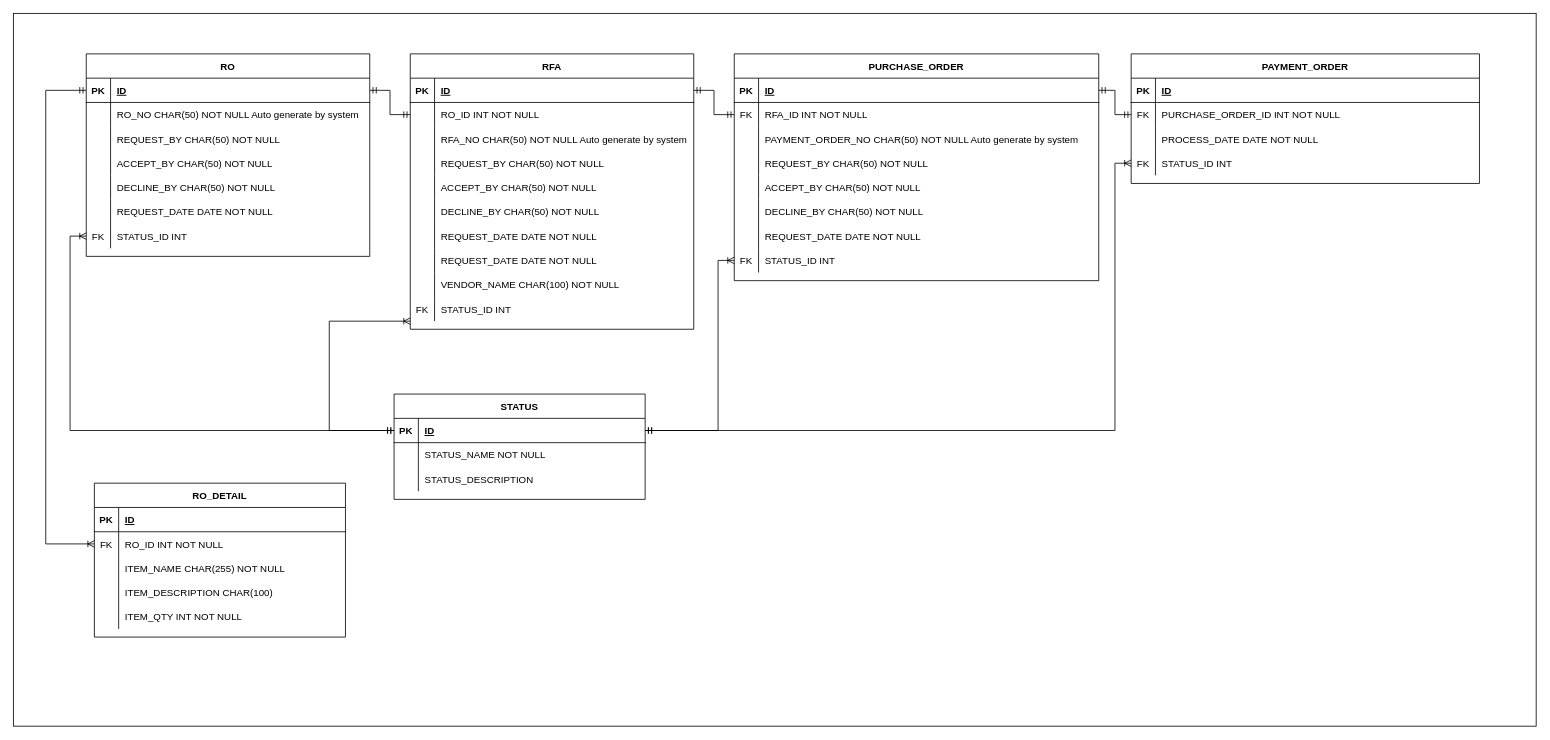
Above: Glovis-DB-Design.drawio in johanjah/rfa-db-design (draw.io), before the change. Source tidied: cells renumbered, new cells numbered last; positions are measured from the earlier drawing's top-left corner, leaving out a move shared by most shapes. Both pictures are drawn from the tidied source at 81%, with x=0, y=0 at pixel (13, 13).
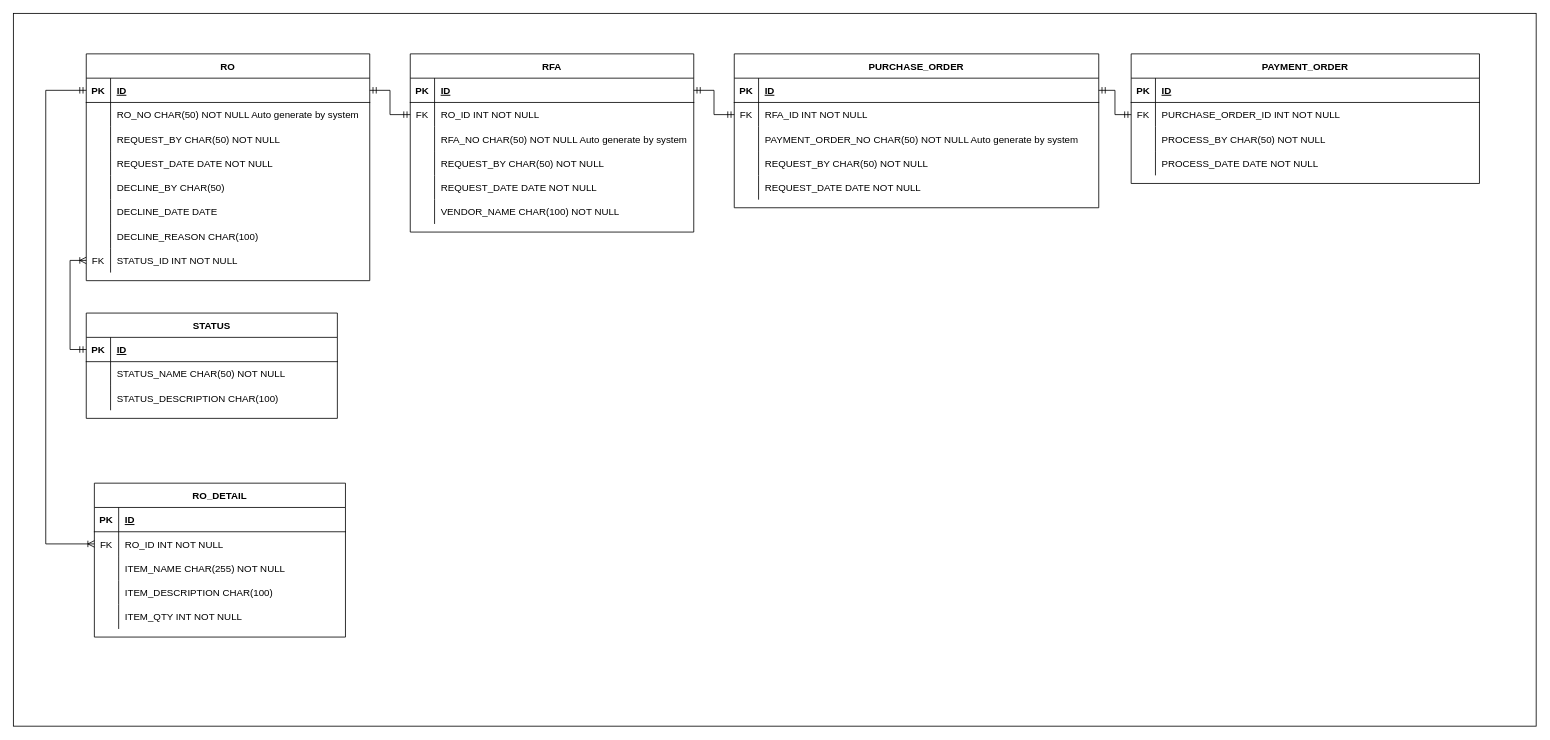
The same diagram, later.

Unchanged cells that the change refers to:
```xml
<mxCell id="16" style="shape=tableRow;horizontal=0;startSize=0;swimlaneHead=0;swimlaneBody=0;fillColor=none;top=0;left=0;right=0;bottom=0;" parent="3" vertex="1">
  <mxGeometry y="150" width="350" height="30" as="geometry" />
</mxCell>
<mxCell id="69" value="PAYMENT_ORDER" style="shape=table;startSize=30;childLayout=tableLayout;rowLines=0;fontStyle=1;align=center;" parent="1" vertex="1">
  <mxGeometry x="1380" y="50" width="430" height="160" as="geometry" />
</mxCell>
<mxCell id="87" style="shape=tableRow;horizontal=0;startSize=0;swimlaneHead=0;swimlaneBody=0;fillColor=none;points=[[0,0.5],[1,0.5]];portConstraint=eastwest;top=0;left=0;right=0;bottom=0;" parent="83" vertex="1">
  <mxGeometry y="60" width="350" height="30" as="geometry" />
</mxCell>
<mxCell id="115" style="shape=tableRow;horizontal=0;startSize=0;swimlaneHead=0;swimlaneBody=0;fillColor=none;points=[[0,0.5],[1,0.5]];portConstraint=eastwest;top=0;left=0;right=0;bottom=1;" parent="114" vertex="1">
  <mxGeometry y="30" width="310" height="30" as="geometry" />
</mxCell>
<mxCell id="118" style="shape=tableRow;horizontal=0;startSize=0;swimlaneHead=0;swimlaneBody=0;fillColor=none;top=0;left=0;right=0;bottom=0;" parent="114" vertex="1">
  <mxGeometry y="60" width="310" height="30" as="geometry" />
</mxCell>
<mxCell id="121" style="shape=tableRow;horizontal=0;startSize=0;swimlaneHead=0;swimlaneBody=0;fillColor=none;top=0;left=0;right=0;bottom=0;" parent="114" vertex="1">
  <mxGeometry y="90" width="310" height="30" as="geometry" />
</mxCell>
```

Diff of the diagram source:
```diff
@@
     <mxCell id="3" value="RO" style="shape=table;startSize=30;childLayout=tableLayout;rowLines=0;fontStyle=1;align=center;" parent="1" vertex="1">
-      <mxGeometry x="90" y="50" width="350" height="250" as="geometry" />
+      <mxGeometry x="90" y="50" width="350" height="280" as="geometry" />
     </mxCell>
@@
-    <mxCell id="13" style="shape=tableRow;horizontal=0;startSize=0;swimlaneHead=0;swimlaneBody=0;fillColor=none;top=0;left=0;right=0;bottom=0;" parent="3" vertex="1">
-      <mxGeometry y="120" width="350" height="30" as="geometry" />
-    </mxCell>
-    <mxCell id="14" style="shape=partialRectangle;fillColor=none;top=0;left=0;bottom=0;right=0;overflow=hidden;" parent="13" vertex="1">
-      <mxGeometry width="30" height="30" as="geometry" />
-    </mxCell>
-    <mxCell id="15" value="ACCEPT_BY CHAR(50) NOT NULL" style="shape=partialRectangle;fillColor=none;top=0;left=0;bottom=0;right=0;align=left;spacingLeft=6;overflow=hidden;" parent="13" vertex="1">
-      <mxGeometry x="30" width="320" height="30" as="geometry" />
-    </mxCell>
+    <mxCell id="19" style="shape=tableRow;horizontal=0;startSize=0;swimlaneHead=0;swimlaneBody=0;fillColor=none;top=0;left=0;right=0;bottom=0;" parent="3" vertex="1">
+      <mxGeometry y="120" width="350" height="30" as="geometry" />
+    </mxCell>
+    <mxCell id="20" style="shape=partialRectangle;fillColor=none;top=0;left=0;bottom=0;right=0;overflow=hidden;" parent="19" vertex="1">
+      <mxGeometry width="30" height="30" as="geometry" />
+    </mxCell>
+    <mxCell id="21" value="REQUEST_DATE DATE NOT NULL" style="shape=partialRectangle;fillColor=none;top=0;left=0;bottom=0;right=0;align=left;spacingLeft=6;overflow=hidden;" parent="19" vertex="1">
+      <mxGeometry x="30" width="320" height="30" as="geometry" />
+    </mxCell>
@@
-    <mxCell id="18" value="DECLINE_BY CHAR(50) NOT NULL" style="shape=partialRectangle;fillColor=none;top=0;left=0;bottom=0;right=0;align=left;spacingLeft=6;overflow=hidden;" parent="16" vertex="1">
+    <mxCell id="18" value="DECLINE_BY CHAR(50) " style="shape=partialRectangle;fillColor=none;top=0;left=0;bottom=0;right=0;align=left;spacingLeft=6;overflow=hidden;" parent="16" vertex="1">
       <mxGeometry x="30" width="320" height="30" as="geometry" />
     </mxCell>
-    <mxCell id="19" style="shape=tableRow;horizontal=0;startSize=0;swimlaneHead=0;swimlaneBody=0;fillColor=none;top=0;left=0;right=0;bottom=0;" parent="3" vertex="1">
-      <mxGeometry y="180" width="350" height="30" as="geometry" />
-    </mxCell>
-    <mxCell id="20" style="shape=partialRectangle;fillColor=none;top=0;left=0;bottom=0;right=0;overflow=hidden;" parent="19" vertex="1">
-      <mxGeometry width="30" height="30" as="geometry" />
-    </mxCell>
-    <mxCell id="21" value="REQUEST_DATE DATE NOT NULL" style="shape=partialRectangle;fillColor=none;top=0;left=0;bottom=0;right=0;align=left;spacingLeft=6;overflow=hidden;" parent="19" vertex="1">
-      <mxGeometry x="30" width="320" height="30" as="geometry" />
-    </mxCell>
+    <mxCell id="99" style="shape=tableRow;horizontal=0;startSize=0;swimlaneHead=0;swimlaneBody=0;fillColor=none;top=0;left=0;right=0;bottom=0;" parent="3" vertex="1">
+      <mxGeometry y="180" width="350" height="30" as="geometry" />
+    </mxCell>
+    <mxCell id="128" style="shape=partialRectangle;fillColor=none;top=0;left=0;bottom=0;right=0;overflow=hidden;" parent="99" vertex="1">
+      <mxGeometry width="30" height="30" as="geometry" />
+    </mxCell>
+    <mxCell id="129" value="DECLINE_DATE DATE" style="shape=partialRectangle;fillColor=none;top=0;left=0;bottom=0;right=0;align=left;spacingLeft=6;overflow=hidden;" parent="99" vertex="1">
+      <mxGeometry x="30" width="320" height="30" as="geometry" />
+    </mxCell>
+    <mxCell id="130" style="shape=tableRow;horizontal=0;startSize=0;swimlaneHead=0;swimlaneBody=0;fillColor=none;top=0;left=0;right=0;bottom=0;" parent="3" vertex="1">
+      <mxGeometry y="210" width="350" height="30" as="geometry" />
+    </mxCell>
+    <mxCell id="131" style="shape=partialRectangle;fillColor=none;top=0;left=0;bottom=0;right=0;overflow=hidden;" parent="130" vertex="1">
+      <mxGeometry width="30" height="30" as="geometry" />
+    </mxCell>
+    <mxCell id="132" value="DECLINE_REASON CHAR(100)" style="shape=partialRectangle;fillColor=none;top=0;left=0;bottom=0;right=0;align=left;spacingLeft=6;overflow=hidden;" parent="130" vertex="1">
+      <mxGeometry x="30" width="320" height="30" as="geometry" />
+    </mxCell>
     <mxCell id="22" style="shape=tableRow;horizontal=0;startSize=0;swimlaneHead=0;swimlaneBody=0;fillColor=none;points=[[0,0.5],[1,0.5]];portConstraint=eastwest;top=0;left=0;right=0;bottom=0;" parent="3" vertex="1">
-      <mxGeometry y="210" width="350" height="30" as="geometry" />
+      <mxGeometry y="240" width="350" height="30" as="geometry" />
     </mxCell>
@@
-    <mxCell id="24" value="STATUS_ID INT" style="shape=partialRectangle;fillColor=none;top=0;left=0;bottom=0;right=0;align=left;spacingLeft=6;overflow=hidden;" parent="22" vertex="1">
+    <mxCell id="24" value="STATUS_ID INT NOT NULL" style="shape=partialRectangle;fillColor=none;top=0;left=0;bottom=0;right=0;align=left;spacingLeft=6;overflow=hidden;" parent="22" vertex="1">
       <mxGeometry x="30" width="320" height="30" as="geometry" />
     </mxCell>
@@
     <mxCell id="43" value="PURCHASE_ORDER" style="shape=table;startSize=30;childLayout=tableLayout;rowLines=0;fontStyle=1;align=center;" parent="1" vertex="1">
-      <mxGeometry x="890" y="50" width="450" height="280" as="geometry" />
+      <mxGeometry x="890" y="50" width="450" height="190" as="geometry" />
     </mxCell>
@@
-    <mxCell id="56" style="shape=tableRow;horizontal=0;startSize=0;swimlaneHead=0;swimlaneBody=0;fillColor=none;top=0;left=0;right=0;bottom=0;" parent="43" vertex="1">
-      <mxGeometry y="150" width="450" height="30" as="geometry" />
-    </mxCell>
-    <mxCell id="57" style="shape=partialRectangle;fillColor=none;top=0;left=0;bottom=0;right=0;overflow=hidden;" parent="56" vertex="1">
-      <mxGeometry width="30" height="30" as="geometry" />
-    </mxCell>
-    <mxCell id="58" value="ACCEPT_BY CHAR(50) NOT NULL" style="shape=partialRectangle;fillColor=none;top=0;left=0;bottom=0;right=0;align=left;spacingLeft=6;overflow=hidden;" parent="56" vertex="1">
-      <mxGeometry x="30" width="420" height="30" as="geometry" />
-    </mxCell>
-    <mxCell id="59" style="shape=tableRow;horizontal=0;startSize=0;swimlaneHead=0;swimlaneBody=0;fillColor=none;top=0;left=0;right=0;bottom=0;" parent="43" vertex="1">
-      <mxGeometry y="180" width="450" height="30" as="geometry" />
-    </mxCell>
-    <mxCell id="60" style="shape=partialRectangle;fillColor=none;top=0;left=0;bottom=0;right=0;overflow=hidden;" parent="59" vertex="1">
-      <mxGeometry width="30" height="30" as="geometry" />
-    </mxCell>
-    <mxCell id="61" value="DECLINE_BY CHAR(50) NOT NULL" style="shape=partialRectangle;fillColor=none;top=0;left=0;bottom=0;right=0;align=left;spacingLeft=6;overflow=hidden;" parent="59" vertex="1">
-      <mxGeometry x="30" width="420" height="30" as="geometry" />
-    </mxCell>
     <mxCell id="62" style="shape=tableRow;horizontal=0;startSize=0;swimlaneHead=0;swimlaneBody=0;fillColor=none;top=0;left=0;right=0;bottom=0;" parent="43" vertex="1">
-      <mxGeometry y="210" width="450" height="30" as="geometry" />
+      <mxGeometry y="150" width="450" height="30" as="geometry" />
     </mxCell>
@@
-    <mxCell id="65" style="shape=tableRow;horizontal=0;startSize=0;swimlaneHead=0;swimlaneBody=0;fillColor=none;points=[[0,0.5],[1,0.5]];portConstraint=eastwest;top=0;left=0;right=0;bottom=0;" parent="43" vertex="1">
-      <mxGeometry y="240" width="450" height="30" as="geometry" />
-    </mxCell>
-    <mxCell id="66" value="FK" style="shape=partialRectangle;fillColor=none;top=0;left=0;bottom=0;right=0;overflow=hidden;" parent="65" vertex="1">
-      <mxGeometry width="30" height="30" as="geometry" />
-    </mxCell>
-    <mxCell id="67" value="STATUS_ID INT" style="shape=partialRectangle;fillColor=none;top=0;left=0;bottom=0;right=0;align=left;spacingLeft=6;overflow=hidden;" parent="65" vertex="1">
-      <mxGeometry x="30" width="420" height="30" as="geometry" />
-    </mxCell>
@@
+    <mxCell id="133" style="shape=tableRow;horizontal=0;startSize=0;swimlaneHead=0;swimlaneBody=0;fillColor=none;top=0;left=0;right=0;bottom=0;" parent="69" vertex="1">
+      <mxGeometry y="90" width="430" height="30" as="geometry" />
+    </mxCell>
+    <mxCell id="134" style="shape=partialRectangle;fillColor=none;top=0;left=0;bottom=0;right=0;overflow=hidden;" parent="133" vertex="1">
+      <mxGeometry width="30" height="30" as="geometry" />
+    </mxCell>
+    <mxCell id="135" value="PROCESS_BY CHAR(50) NOT NULL" style="shape=partialRectangle;fillColor=none;top=0;left=0;bottom=0;right=0;align=left;spacingLeft=6;overflow=hidden;" parent="133" vertex="1">
+      <mxGeometry x="30" width="400" height="30" as="geometry" />
+    </mxCell>
     <mxCell id="76" style="shape=tableRow;horizontal=0;startSize=0;swimlaneHead=0;swimlaneBody=0;fillColor=none;top=0;left=0;right=0;bottom=0;" parent="69" vertex="1">
-      <mxGeometry y="90" width="430" height="30" as="geometry" />
+      <mxGeometry y="120" width="430" height="30" as="geometry" />
     </mxCell>
@@
-    <mxCell id="79" style="shape=tableRow;horizontal=0;startSize=0;swimlaneHead=0;swimlaneBody=0;fillColor=none;points=[[0,0.5],[1,0.5]];portConstraint=eastwest;top=0;left=0;right=0;bottom=0;" parent="69" vertex="1">
-      <mxGeometry y="120" width="430" height="30" as="geometry" />
-    </mxCell>
-    <mxCell id="80" value="FK" style="shape=partialRectangle;fillColor=none;top=0;left=0;bottom=0;right=0;overflow=hidden;" parent="79" vertex="1">
-      <mxGeometry width="30" height="30" as="geometry" />
-    </mxCell>
-    <mxCell id="81" value="STATUS_ID INT" style="shape=partialRectangle;fillColor=none;top=0;left=0;bottom=0;right=0;align=left;spacingLeft=6;overflow=hidden;" parent="79" vertex="1">
-      <mxGeometry x="30" width="400" height="30" as="geometry" />
-    </mxCell>
@@
     <mxCell id="83" value="RFA" style="shape=table;startSize=30;childLayout=tableLayout;rowLines=0;fontStyle=1;align=center;" parent="1" vertex="1">
-      <mxGeometry x="490" y="50" width="350" height="340" as="geometry" />
+      <mxGeometry x="490" y="50" width="350" height="220" as="geometry" />
     </mxCell>
@@
-    <mxCell id="88" style="shape=partialRectangle;fillColor=none;top=0;left=0;bottom=0;right=0;overflow=hidden;" parent="87" vertex="1">
+    <mxCell id="88" value="FK" style="shape=partialRectangle;fillColor=none;top=0;left=0;bottom=0;right=0;overflow=hidden;" parent="87" vertex="1">
       <mxGeometry width="30" height="30" as="geometry" />
     </mxCell>
@@
-    <mxCell id="96" style="shape=tableRow;horizontal=0;startSize=0;swimlaneHead=0;swimlaneBody=0;fillColor=none;top=0;left=0;right=0;bottom=0;" parent="83" vertex="1">
-      <mxGeometry y="150" width="350" height="30" as="geometry" />
-    </mxCell>
-    <mxCell id="97" style="shape=partialRectangle;fillColor=none;top=0;left=0;bottom=0;right=0;overflow=hidden;" parent="96" vertex="1">
-      <mxGeometry width="30" height="30" as="geometry" />
-    </mxCell>
-    <mxCell id="98" value="ACCEPT_BY CHAR(50) NOT NULL" style="shape=partialRectangle;fillColor=none;top=0;left=0;bottom=0;right=0;align=left;spacingLeft=6;overflow=hidden;" parent="96" vertex="1">
-      <mxGeometry x="30" width="320" height="30" as="geometry" />
-    </mxCell>
-    <mxCell id="99" style="shape=tableRow;horizontal=0;startSize=0;swimlaneHead=0;swimlaneBody=0;fillColor=none;top=0;left=0;right=0;bottom=0;" parent="83" vertex="1">
-      <mxGeometry y="180" width="350" height="30" as="geometry" />
-    </mxCell>
-    <mxCell id="100" style="shape=partialRectangle;fillColor=none;top=0;left=0;bottom=0;right=0;overflow=hidden;" parent="99" vertex="1">
-      <mxGeometry width="30" height="30" as="geometry" />
-    </mxCell>
-    <mxCell id="101" value="DECLINE_BY CHAR(50) NOT NULL" style="shape=partialRectangle;fillColor=none;top=0;left=0;bottom=0;right=0;align=left;spacingLeft=6;overflow=hidden;" parent="99" vertex="1">
-      <mxGeometry x="30" width="320" height="30" as="geometry" />
-    </mxCell>
     <mxCell id="102" style="shape=tableRow;horizontal=0;startSize=0;swimlaneHead=0;swimlaneBody=0;fillColor=none;top=0;left=0;right=0;bottom=0;" parent="83" vertex="1">
-      <mxGeometry y="210" width="350" height="30" as="geometry" />
+      <mxGeometry y="150" width="350" height="30" as="geometry" />
     </mxCell>
@@
-    <mxCell id="105" style="shape=tableRow;horizontal=0;startSize=0;swimlaneHead=0;swimlaneBody=0;fillColor=none;top=0;left=0;right=0;bottom=0;" parent="83" vertex="1">
-      <mxGeometry y="240" width="350" height="30" as="geometry" />
-    </mxCell>
-    <mxCell id="106" style="shape=partialRectangle;fillColor=none;top=0;left=0;bottom=0;right=0;overflow=hidden;" parent="105" vertex="1">
-      <mxGeometry width="30" height="30" as="geometry" />
-    </mxCell>
-    <mxCell id="107" value="REQUEST_DATE DATE NOT NULL" style="shape=partialRectangle;fillColor=none;top=0;left=0;bottom=0;right=0;align=left;spacingLeft=6;overflow=hidden;" parent="105" vertex="1">
-      <mxGeometry x="30" width="320" height="30" as="geometry" />
-    </mxCell>
     <mxCell id="108" style="shape=tableRow;horizontal=0;startSize=0;swimlaneHead=0;swimlaneBody=0;fillColor=none;top=0;left=0;right=0;bottom=0;" parent="83" vertex="1">
-      <mxGeometry y="270" width="350" height="30" as="geometry" />
+      <mxGeometry y="180" width="350" height="30" as="geometry" />
     </mxCell>
@@
-    <mxCell id="111" style="shape=tableRow;horizontal=0;startSize=0;swimlaneHead=0;swimlaneBody=0;fillColor=none;points=[[0,0.5],[1,0.5]];portConstraint=eastwest;top=0;left=0;right=0;bottom=0;" parent="83" vertex="1">
-      <mxGeometry y="300" width="350" height="30" as="geometry" />
-    </mxCell>
-    <mxCell id="112" value="FK" style="shape=partialRectangle;fillColor=none;top=0;left=0;bottom=0;right=0;overflow=hidden;" parent="111" vertex="1">
-      <mxGeometry width="30" height="30" as="geometry" />
-    </mxCell>
-    <mxCell id="113" value="STATUS_ID INT" style="shape=partialRectangle;fillColor=none;top=0;left=0;bottom=0;right=0;align=left;spacingLeft=6;overflow=hidden;" parent="111" vertex="1">
-      <mxGeometry x="30" width="320" height="30" as="geometry" />
-    </mxCell>
     <mxCell id="114" value="STATUS" style="shape=table;startSize=30;childLayout=tableLayout;rowLines=0;fontStyle=1;align=center;" parent="1" vertex="1">
-      <mxGeometry x="470" y="470" width="310" height="130" as="geometry" />
+      <mxGeometry x="90" y="370" width="310" height="130" as="geometry" />
     </mxCell>
@@
-    <mxCell id="120" value="STATUS_NAME NOT NULL" style="shape=partialRectangle;fillColor=none;top=0;left=0;bottom=0;right=0;align=left;spacingLeft=6;overflow=hidden;" parent="118" vertex="1">
+    <mxCell id="120" value="STATUS_NAME CHAR(50) NOT NULL" style="shape=partialRectangle;fillColor=none;top=0;left=0;bottom=0;right=0;align=left;spacingLeft=6;overflow=hidden;" parent="118" vertex="1">
       <mxGeometry x="30" width="280" height="30" as="geometry" />
     </mxCell>
@@
-    <mxCell id="123" value="STATUS_DESCRIPTION" style="shape=partialRectangle;fillColor=none;top=0;left=0;bottom=0;right=0;align=left;spacingLeft=6;overflow=hidden;" parent="121" vertex="1">
+    <mxCell id="123" value="STATUS_DESCRIPTION CHAR(100)" style="shape=partialRectangle;fillColor=none;top=0;left=0;bottom=0;right=0;align=left;spacingLeft=6;overflow=hidden;" parent="121" vertex="1">
       <mxGeometry x="30" width="280" height="30" as="geometry" />
     </mxCell>
@@
-    <mxCell id="125" style="edgeStyle=elbowEdgeStyle;fontSize=12;html=1;endArrow=ERoneToMany;startArrow=ERmandOne;rounded=0;" parent="1" edge="1" source="115" target="111">
-      <mxGeometry relative="1" as="geometry">
-        <Array as="points">
-          <mxPoint x="390" y="380" />
-          <mxPoint x="60" y="280" />
-        </Array>
-      </mxGeometry>
-    </mxCell>
-    <mxCell id="126" style="edgeStyle=elbowEdgeStyle;fontSize=12;html=1;endArrow=ERoneToMany;startArrow=ERmandOne;rounded=0;entryX=0;entryY=0.5;entryDx=0;entryDy=0;" parent="1" edge="1" source="115" target="65">
-      <mxGeometry relative="1" as="geometry">
-        <Array as="points">
-          <mxPoint x="870" y="380" />
-          <mxPoint x="400" y="390" />
-          <mxPoint x="70" y="290" />
-        </Array>
-      </mxGeometry>
-    </mxCell>
-    <mxCell id="127" style="edgeStyle=elbowEdgeStyle;fontSize=12;html=1;endArrow=ERoneToMany;startArrow=ERmandOne;rounded=0;" parent="1" edge="1" source="115" target="79">
-      <mxGeometry relative="1" as="geometry">
-        <Array as="points">
-          <mxPoint x="1360" y="350" />
-          <mxPoint x="410" y="400" />
-          <mxPoint x="80" y="300" />
-        </Array>
-      </mxGeometry>
-    </mxCell>
```
